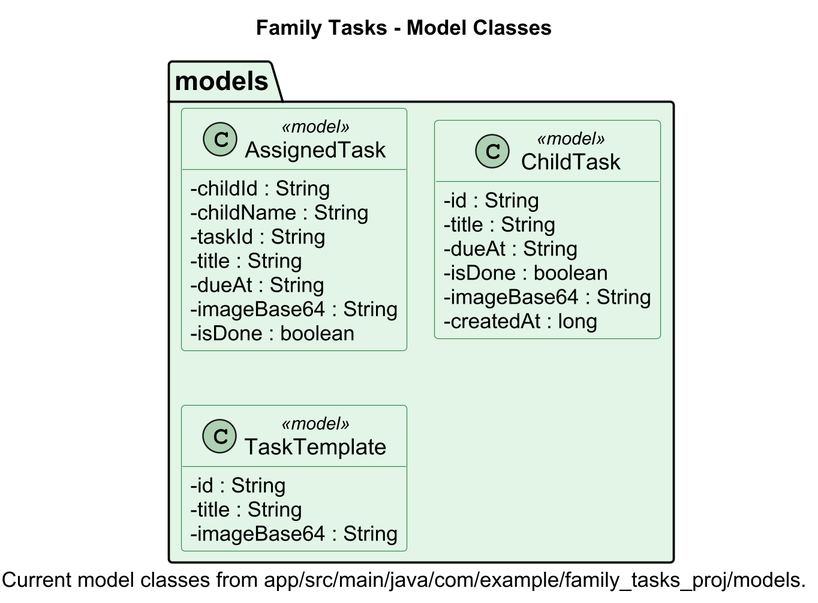
This is docs/uml/images/family_tasks_models.png from Roeip2000/Family_Tasks_Proj, a PlantUML export, as it was before one commit.
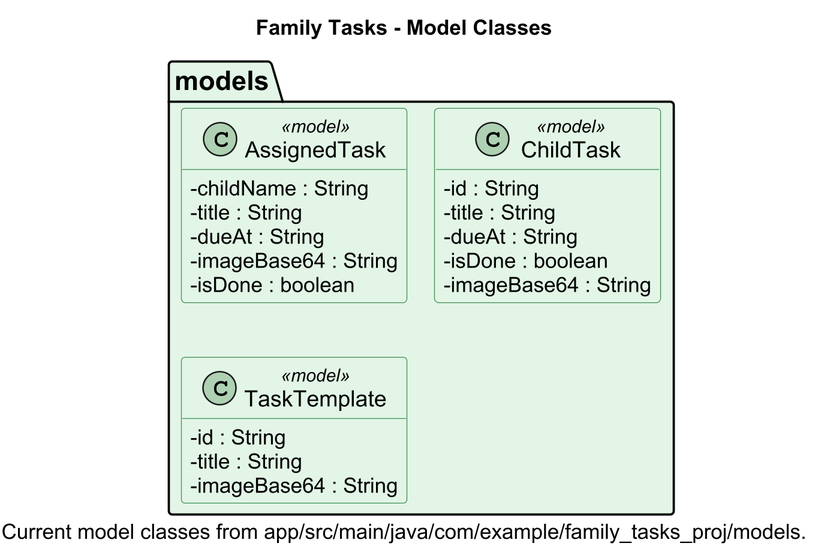
Above is the later version.

Diff of the diagram source:
```diff
@@ -15,9 +15,7 @@
 
 package "models" #E2F5E6 {
 class "AssignedTask" as AssignedTask <<model>> {
-  - childId : String
   - childName : String
-  - taskId : String
   - title : String
   - dueAt : String
   - imageBase64 : String
@@ -30,7 +28,6 @@
   - dueAt : String
   - isDone : boolean
   - imageBase64 : String
-  - createdAt : long
 }
 
 class "TaskTemplate" as TaskTemplate <<model>> {
```
